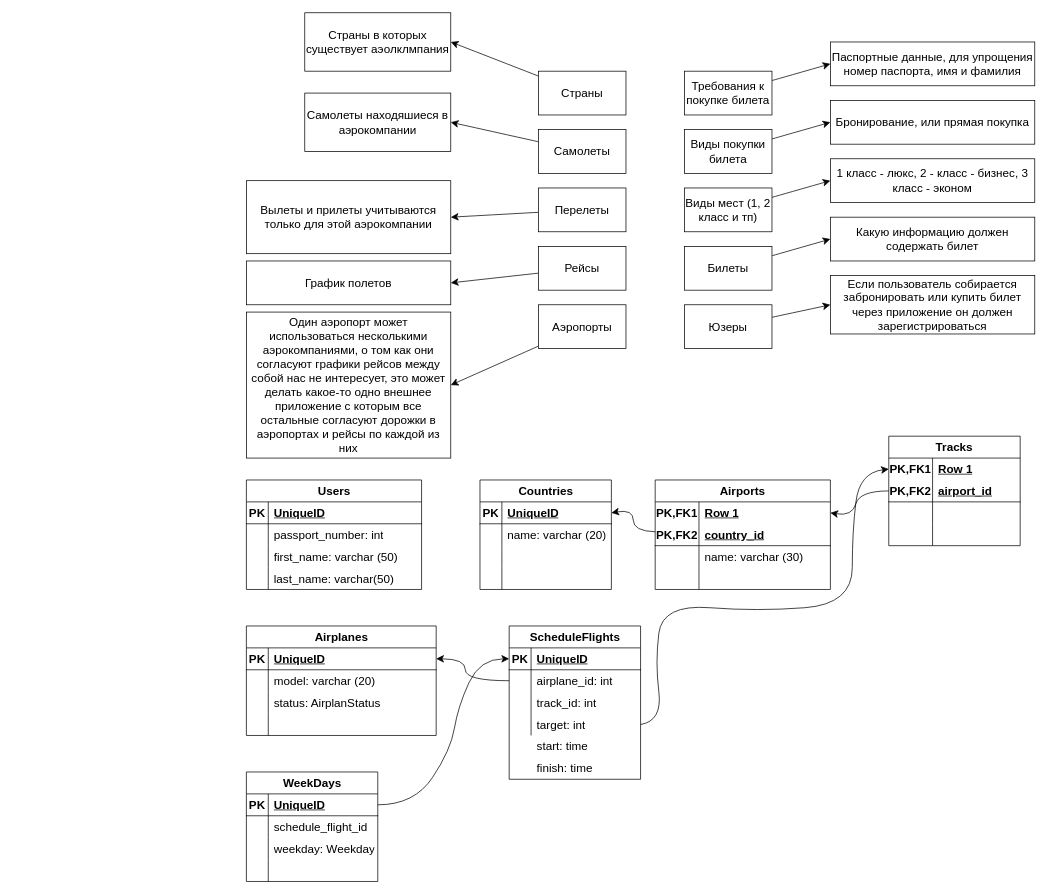
The draw.io diagram Aэрокомпания.drawio in KmvRoman/Diagrams, before the edit. Source tidied: cells renumbered, new cells numbered last; positions are measured from the earlier drawing's top-left corner, leaving out a move shared by most shapes. Both pictures are drawn from the tidied source at 73%, with x=0, y=0 at pixel (246, 12).
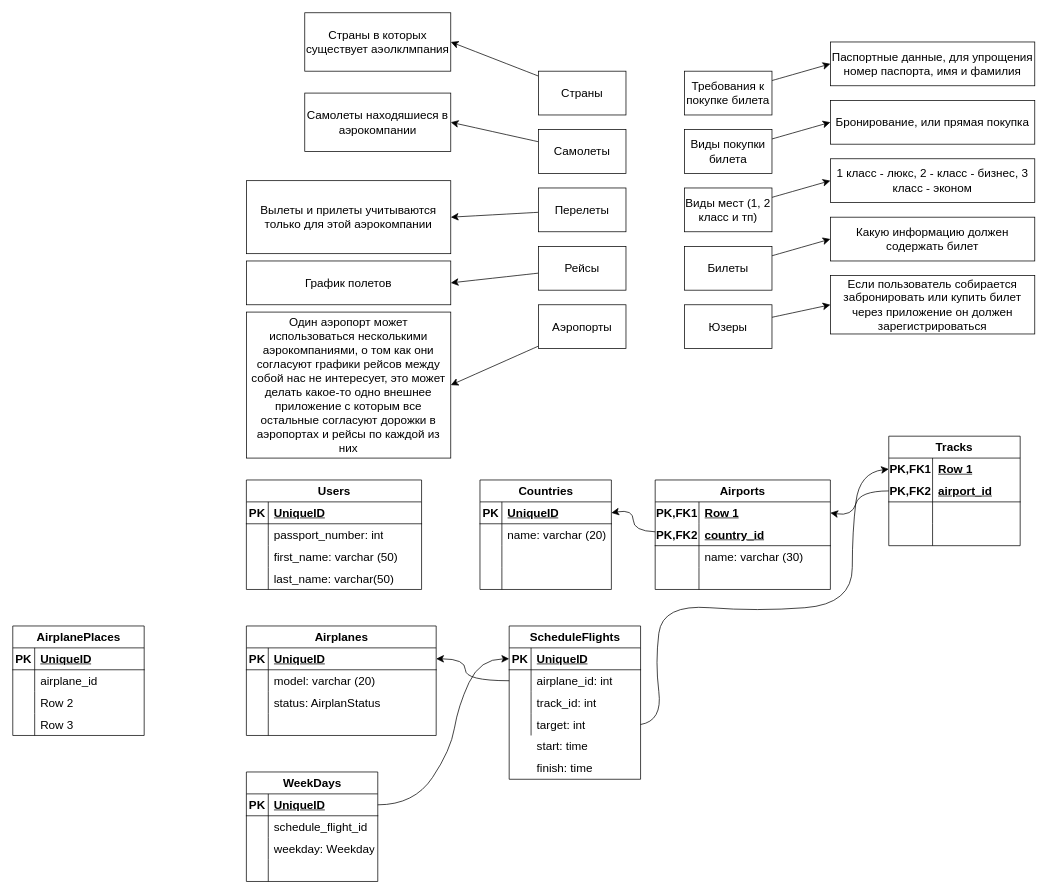
After the change.

Diff of the diagram source:
```diff
@@
+    <mxCell id="130" value="AirplanePlaces" style="shape=table;startSize=30;childLayout=tableLayout;rowLines=0;fontStyle=1;align=center;html=1;fontSize=16;" parent="1" vertex="1">
+      <mxGeometry x="-320" y="840" width="180" height="150" as="geometry" />
+    </mxCell>
+    <mxCell id="131" style="shape=tableRow;horizontal=0;startSize=0;swimlaneHead=0;swimlaneBody=0;fillColor=none;top=0;left=0;right=0;bottom=1;fontSize=16;" parent="130" vertex="1">
+      <mxGeometry y="30" width="180" height="30" as="geometry" />
+    </mxCell>
+    <mxCell id="132" value="PK" style="shape=partialRectangle;fillColor=none;top=0;left=0;bottom=0;right=0;fontStyle=1;overflow=hidden;whiteSpace=wrap;html=1;fontSize=16;" parent="131" vertex="1">
+      <mxGeometry width="30" height="30" as="geometry" />
+    </mxCell>
+    <mxCell id="133" value="UniqueID" style="shape=partialRectangle;fillColor=none;top=0;left=0;bottom=0;right=0;align=left;spacingLeft=6;fontStyle=5;overflow=hidden;whiteSpace=wrap;html=1;fontSize=16;" parent="131" vertex="1">
+      <mxGeometry x="30" width="150" height="30" as="geometry" />
+    </mxCell>
+    <mxCell id="134" style="shape=tableRow;horizontal=0;startSize=0;swimlaneHead=0;swimlaneBody=0;fillColor=none;top=0;left=0;right=0;bottom=0;fontSize=16;" parent="130" vertex="1">
+      <mxGeometry y="60" width="180" height="30" as="geometry" />
+    </mxCell>
+    <mxCell id="135" style="shape=partialRectangle;fillColor=none;top=0;left=0;bottom=0;right=0;overflow=hidden;whiteSpace=wrap;html=1;fontSize=16;" parent="134" vertex="1">
+      <mxGeometry width="30" height="30" as="geometry" />
+    </mxCell>
+    <mxCell id="136" value="airplane_id" style="shape=partialRectangle;fillColor=none;top=0;left=0;bottom=0;right=0;align=left;spacingLeft=6;overflow=hidden;whiteSpace=wrap;html=1;fontSize=16;" parent="134" vertex="1">
+      <mxGeometry x="30" width="150" height="30" as="geometry" />
+    </mxCell>
+    <mxCell id="137" style="shape=tableRow;horizontal=0;startSize=0;swimlaneHead=0;swimlaneBody=0;fillColor=none;top=0;left=0;right=0;bottom=0;fontSize=16;" parent="130" vertex="1">
+      <mxGeometry y="90" width="180" height="30" as="geometry" />
+    </mxCell>
+    <mxCell id="138" style="shape=partialRectangle;fillColor=none;top=0;left=0;bottom=0;right=0;overflow=hidden;whiteSpace=wrap;html=1;fontSize=16;" parent="137" vertex="1">
+      <mxGeometry width="30" height="30" as="geometry" />
+    </mxCell>
+    <mxCell id="139" value="Row 2" style="shape=partialRectangle;fillColor=none;top=0;left=0;bottom=0;right=0;align=left;spacingLeft=6;overflow=hidden;whiteSpace=wrap;html=1;fontSize=16;" parent="137" vertex="1">
+      <mxGeometry x="30" width="150" height="30" as="geometry" />
+    </mxCell>
+    <mxCell id="140" style="shape=tableRow;horizontal=0;startSize=0;swimlaneHead=0;swimlaneBody=0;fillColor=none;top=0;left=0;right=0;bottom=0;fontSize=16;" parent="130" vertex="1">
+      <mxGeometry y="120" width="180" height="30" as="geometry" />
+    </mxCell>
+    <mxCell id="141" style="shape=partialRectangle;fillColor=none;top=0;left=0;bottom=0;right=0;overflow=hidden;whiteSpace=wrap;html=1;fontSize=16;" parent="140" vertex="1">
+      <mxGeometry width="30" height="30" as="geometry" />
+    </mxCell>
+    <mxCell id="142" value="Row 3" style="shape=partialRectangle;fillColor=none;top=0;left=0;bottom=0;right=0;align=left;spacingLeft=6;overflow=hidden;whiteSpace=wrap;html=1;fontSize=16;" parent="140" vertex="1">
+      <mxGeometry x="30" width="150" height="30" as="geometry" />
+    </mxCell>
```
